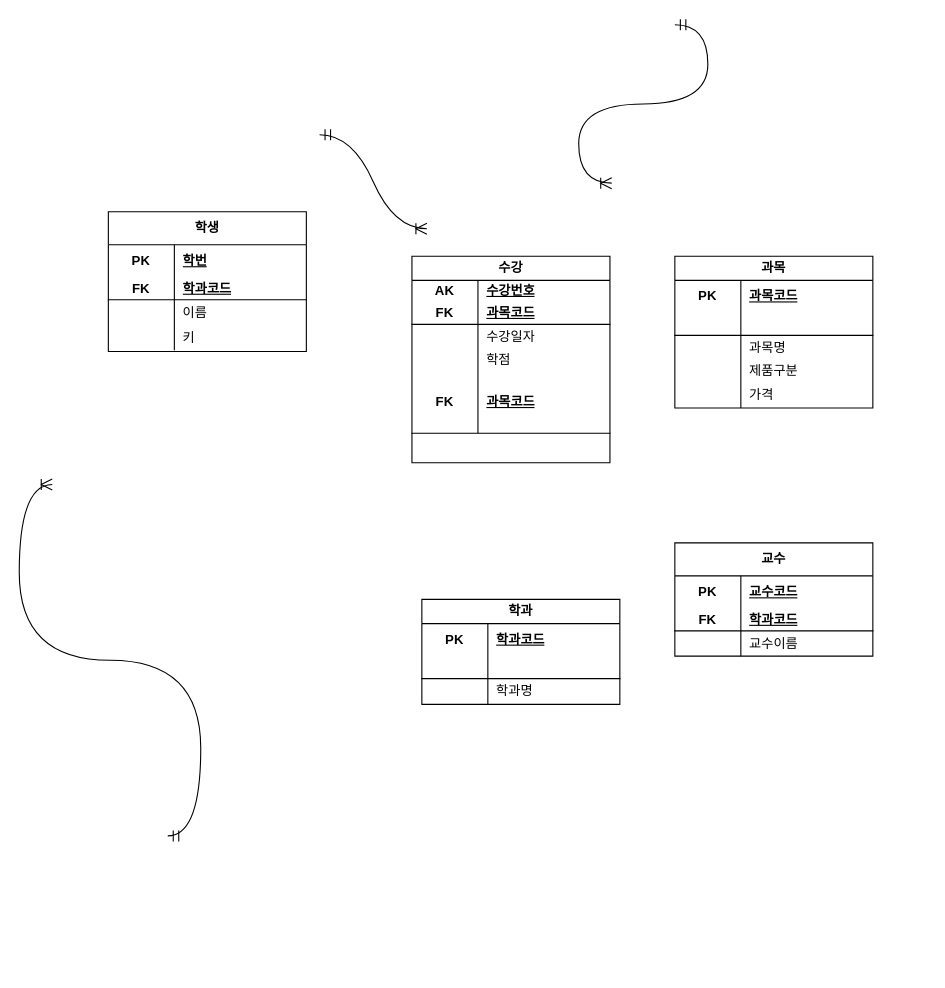
The draw.io diagram page "페이지-9" (9 of 9) of 2번째test.drawio in enesyoon/enesyoon, before the edit. Source tidied: cells renumbered, new cells numbered last; positions are measured from the earlier drawing's top-left corner, leaving out a move shared by most shapes. Both pictures are drawn from the tidied source at 110%, with x=0, y=0 at pixel (52, 24).
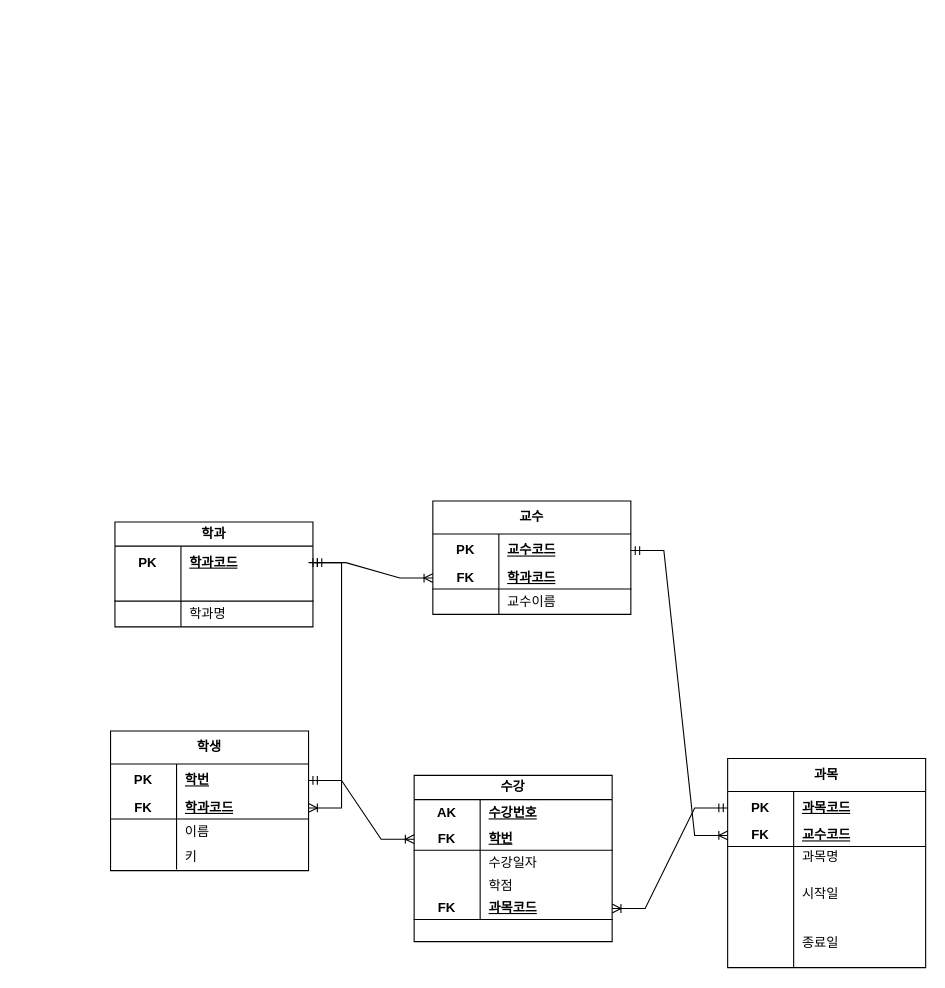
The same page after the edit.

Commit message:
5번째test.drawio 업데이트

The change refers to these unchanged cells:
```xml
<mxCell id="3" style="shape=tableRow;horizontal=0;startSize=0;swimlaneHead=0;swimlaneBody=0;fillColor=none;points=[[0,0.5],[1,0.5]];portConstraint=eastwest;top=0;left=0;right=0;bottom=0;html=1;" parent="2" vertex="1">
  <mxGeometry y="30" width="180" height="30" as="geometry" />
</mxCell>
<mxCell id="6" style="shape=tableRow;horizontal=0;startSize=0;swimlaneHead=0;swimlaneBody=0;fillColor=none;points=[[0,0.5],[1,0.5]];portConstraint=eastwest;top=0;left=0;right=0;bottom=1;html=1;" parent="2" vertex="1">
  <mxGeometry y="60" width="180" height="20" as="geometry" />
</mxCell>
<mxCell id="48" style="shape=tableRow;horizontal=0;startSize=0;swimlaneHead=0;swimlaneBody=0;fillColor=none;points=[[0,0.5],[1,0.5]];portConstraint=eastwest;top=0;left=0;right=0;bottom=0;html=1;" parent="47" vertex="1">
  <mxGeometry y="22" width="180" height="30" as="geometry" />
</mxCell>
<mxCell id="61" style="shape=tableRow;horizontal=0;startSize=0;swimlaneHead=0;swimlaneBody=0;fillColor=none;points=[[0,0.5],[1,0.5]];portConstraint=eastwest;top=0;left=0;right=0;bottom=0;html=1;" parent="60" vertex="1">
  <mxGeometry y="30" width="180" height="30" as="geometry" />
</mxCell>
<mxCell id="64" style="shape=tableRow;horizontal=0;startSize=0;swimlaneHead=0;swimlaneBody=0;fillColor=none;points=[[0,0.5],[1,0.5]];portConstraint=eastwest;top=0;left=0;right=0;bottom=1;html=1;" parent="60" vertex="1">
  <mxGeometry y="60" width="180" height="20" as="geometry" />
</mxCell>
```

Diff of the diagram source:
```diff
@@
     <mxCell id="2" value="학생" style="shape=table;startSize=30;childLayout=tableLayout;rowLines=0;fontStyle=1;align=center;html=1;whiteSpace=wrap;" parent="1" vertex="1">
-      <mxGeometry x="51" y="170" width="180" height="127" as="geometry" />
+      <mxGeometry x="53" y="642" width="180" height="127" as="geometry" />
     </mxCell>
@@
     <mxCell id="15" value="수강" style="shape=table;startSize=22;childLayout=tableLayout;rowLines=0;fontStyle=1;align=center;html=1;whiteSpace=wrap;" parent="1" vertex="1">
-      <mxGeometry x="327" y="210.4" width="180" height="187.8" as="geometry" />
+      <mxGeometry x="329" y="682.4" width="180" height="151.1" as="geometry" />
     </mxCell>
     <mxCell id="16" style="shape=tableRow;horizontal=0;startSize=0;swimlaneHead=0;swimlaneBody=0;fillColor=none;top=0;left=0;right=0;bottom=0;html=1;" parent="15" vertex="1">
-      <mxGeometry y="22" width="180" height="20" as="geometry" />
+      <mxGeometry y="22" width="180" height="26" as="geometry" />
     </mxCell>
     <mxCell id="17" value="AK" style="shape=partialRectangle;fillColor=none;top=0;left=0;bottom=0;right=0;fontStyle=1;overflow=hidden;html=1;whiteSpace=wrap;" parent="16" vertex="1">
-      <mxGeometry width="60" height="20" as="geometry" />
+      <mxGeometry width="60" height="26" as="geometry" />
     </mxCell>
     <mxCell id="18" value="수강번호" style="shape=partialRectangle;fillColor=none;top=0;left=0;bottom=0;right=0;align=left;spacingLeft=6;fontStyle=5;overflow=hidden;html=1;whiteSpace=wrap;" parent="16" vertex="1">
-      <mxGeometry x="60" width="120" height="20" as="geometry" />
+      <mxGeometry x="60" width="120" height="26" as="geometry" />
     </mxCell>
     <mxCell id="19" style="shape=tableRow;horizontal=0;startSize=0;swimlaneHead=0;swimlaneBody=0;fillColor=none;points=[[0,0.5],[1,0.5]];portConstraint=eastwest;top=0;left=0;right=0;bottom=1;html=1;" parent="15" vertex="1">
-      <mxGeometry y="42" width="180" height="20" as="geometry" />
+      <mxGeometry y="48" width="180" height="20" as="geometry" />
     </mxCell>
@@
-    <mxCell id="21" value="과목코드" style="shape=partialRectangle;fillColor=none;top=0;left=0;bottom=0;right=0;align=left;spacingLeft=6;fontStyle=5;overflow=hidden;html=1;whiteSpace=wrap;" parent="19" vertex="1">
+    <mxCell id="21" value="학번" style="shape=partialRectangle;fillColor=none;top=0;left=0;bottom=0;right=0;align=left;spacingLeft=6;fontStyle=5;overflow=hidden;html=1;whiteSpace=wrap;" parent="19" vertex="1">
       <mxGeometry x="60" width="120" height="20" as="geometry" />
     </mxCell>
     <mxCell id="22" style="shape=tableRow;horizontal=0;startSize=0;swimlaneHead=0;swimlaneBody=0;fillColor=none;top=0;left=0;right=0;bottom=0;html=1;" parent="15" vertex="1">
-      <mxGeometry y="62" width="180" height="23" as="geometry" />
+      <mxGeometry y="68" width="180" height="23" as="geometry" />
     </mxCell>
@@
     <mxCell id="25" style="shape=tableRow;horizontal=0;startSize=0;swimlaneHead=0;swimlaneBody=0;fillColor=none;top=0;left=0;right=0;bottom=0;html=1;" parent="15" vertex="1">
-      <mxGeometry y="85" width="180" height="20" as="geometry" />
+      <mxGeometry y="91" width="180" height="20" as="geometry" />
     </mxCell>
@@
     <mxCell id="28" style="shape=tableRow;horizontal=0;startSize=0;swimlaneHead=0;swimlaneBody=0;fillColor=none;points=[[0,0.5],[1,0.5]];portConstraint=eastwest;top=0;left=0;right=0;bottom=1;html=1;" parent="15" vertex="1">
-      <mxGeometry y="105" width="180" height="56" as="geometry" />
+      <mxGeometry y="111" width="180" height="20" as="geometry" />
     </mxCell>
     <mxCell id="29" value="FK" style="shape=partialRectangle;fillColor=none;top=0;left=0;bottom=0;right=0;fontStyle=1;overflow=hidden;html=1;whiteSpace=wrap;" parent="28" vertex="1">
-      <mxGeometry width="60" height="56" as="geometry" />
+      <mxGeometry width="60" height="20" as="geometry" />
     </mxCell>
     <mxCell id="30" value="과목코드" style="shape=partialRectangle;fillColor=none;top=0;left=0;bottom=0;right=0;align=left;spacingLeft=6;fontStyle=5;overflow=hidden;html=1;whiteSpace=wrap;" parent="28" vertex="1">
-      <mxGeometry x="60" width="120" height="56" as="geometry" />
+      <mxGeometry x="60" width="120" height="20" as="geometry" />
     </mxCell>
-    <mxCell id="31" value="과목" style="shape=table;startSize=22;childLayout=tableLayout;rowLines=0;fontStyle=1;align=center;html=1;whiteSpace=wrap;" parent="1" vertex="1">
-      <mxGeometry x="566" y="210.4" width="180" height="138" as="geometry" />
-    </mxCell>
-    <mxCell id="32" style="shape=tableRow;horizontal=0;startSize=0;swimlaneHead=0;swimlaneBody=0;fillColor=none;top=0;left=0;right=0;bottom=0;html=1;" parent="31" vertex="1">
-      <mxGeometry y="22" width="180" height="30" as="geometry" />
-    </mxCell>
-    <mxCell id="33" value="PK" style="shape=partialRectangle;fillColor=none;top=0;left=0;bottom=0;right=0;fontStyle=1;overflow=hidden;html=1;whiteSpace=wrap;" parent="32" vertex="1">
-      <mxGeometry width="60" height="30" as="geometry" />
-    </mxCell>
-    <mxCell id="34" value="과목코드" style="shape=partialRectangle;fillColor=none;top=0;left=0;bottom=0;right=0;align=left;spacingLeft=6;fontStyle=5;overflow=hidden;html=1;whiteSpace=wrap;" parent="32" vertex="1">
-      <mxGeometry x="60" width="120" height="30" as="geometry" />
-    </mxCell>
-    <mxCell id="35" style="shape=tableRow;horizontal=0;startSize=0;swimlaneHead=0;swimlaneBody=0;fillColor=none;top=0;left=0;right=0;bottom=1;html=1;" parent="31" vertex="1">
-      <mxGeometry y="52" width="180" height="20" as="geometry" />
-    </mxCell>
-    <mxCell id="36" style="shape=partialRectangle;fillColor=none;top=0;left=0;bottom=0;right=0;fontStyle=1;overflow=hidden;html=1;whiteSpace=wrap;" parent="35" vertex="1">
-      <mxGeometry width="60" height="20" as="geometry" />
-    </mxCell>
-    <mxCell id="37" style="shape=partialRectangle;fillColor=none;top=0;left=0;bottom=0;right=0;align=left;spacingLeft=6;fontStyle=5;overflow=hidden;html=1;whiteSpace=wrap;" parent="35" vertex="1">
-      <mxGeometry x="60" width="120" height="20" as="geometry" />
-    </mxCell>
-    <mxCell id="38" style="shape=tableRow;horizontal=0;startSize=0;swimlaneHead=0;swimlaneBody=0;fillColor=none;top=0;left=0;right=0;bottom=0;html=1;" parent="31" vertex="1">
-      <mxGeometry y="72" width="180" height="23" as="geometry" />
-    </mxCell>
-    <mxCell id="39" style="shape=partialRectangle;fillColor=none;top=0;left=0;bottom=0;right=0;overflow=hidden;html=1;whiteSpace=wrap;" parent="38" vertex="1">
-      <mxGeometry width="60" height="23" as="geometry" />
-    </mxCell>
-    <mxCell id="40" value="과목명" style="shape=partialRectangle;fillColor=none;top=0;left=0;bottom=0;right=0;align=left;spacingLeft=6;overflow=hidden;html=1;whiteSpace=wrap;" parent="38" vertex="1">
-      <mxGeometry x="60" width="120" height="23" as="geometry" />
-    </mxCell>
-    <mxCell id="41" style="shape=tableRow;horizontal=0;startSize=0;swimlaneHead=0;swimlaneBody=0;fillColor=none;top=0;left=0;right=0;bottom=0;html=1;" parent="31" vertex="1">
-      <mxGeometry y="95" width="180" height="20" as="geometry" />
-    </mxCell>
-    <mxCell id="42" style="shape=partialRectangle;fillColor=none;top=0;left=0;bottom=0;right=0;overflow=hidden;html=1;whiteSpace=wrap;" parent="41" vertex="1">
-      <mxGeometry width="60" height="20" as="geometry" />
-    </mxCell>
-    <mxCell id="43" value="제품구분" style="shape=partialRectangle;fillColor=none;top=0;left=0;bottom=0;right=0;align=left;spacingLeft=6;overflow=hidden;html=1;whiteSpace=wrap;" parent="41" vertex="1">
-      <mxGeometry x="60" width="120" height="20" as="geometry" />
-    </mxCell>
-    <mxCell id="44" style="shape=tableRow;horizontal=0;startSize=0;swimlaneHead=0;swimlaneBody=0;fillColor=none;top=0;left=0;right=0;bottom=0;html=1;" parent="31" vertex="1">
-      <mxGeometry y="115" width="180" height="23" as="geometry" />
-    </mxCell>
-    <mxCell id="45" style="shape=partialRectangle;fillColor=none;top=0;left=0;bottom=0;right=0;overflow=hidden;html=1;whiteSpace=wrap;" parent="44" vertex="1">
-      <mxGeometry width="60" height="23" as="geometry" />
-    </mxCell>
-    <mxCell id="46" value="가격" style="shape=partialRectangle;fillColor=none;top=0;left=0;bottom=0;right=0;align=left;spacingLeft=6;overflow=hidden;html=1;whiteSpace=wrap;" parent="44" vertex="1">
-      <mxGeometry x="60" width="120" height="23" as="geometry" />
-    </mxCell>
     <mxCell id="47" value="학과" style="shape=table;startSize=22;childLayout=tableLayout;rowLines=0;fontStyle=1;align=center;html=1;whiteSpace=wrap;" parent="1" vertex="1">
-      <mxGeometry x="336" y="522.4" width="180" height="95.4" as="geometry" />
+      <mxGeometry x="57" y="452" width="180" height="95.4" as="geometry" />
     </mxCell>
@@
-    <mxCell id="57" style="edgeStyle=entityRelationEdgeStyle;fontSize=12;html=1;endArrow=ERoneToMany;startArrow=ERmandOne;rounded=0;startSize=8;endSize=8;curved=1;" parent="1" edge="1">
-      <mxGeometry relative="1" as="geometry">
-        <mxPoint x="105" y="737.4" as="sourcePoint" />
-        <mxPoint y="418" as="targetPoint" />
-      </mxGeometry>
-    </mxCell>
-    <mxCell id="58" style="edgeStyle=entityRelationEdgeStyle;fontSize=12;html=1;endArrow=ERoneToMany;startArrow=ERmandOne;rounded=0;startSize=8;endSize=8;curved=1;entryX=0.009;entryY=0.611;entryDx=0;entryDy=0;entryPerimeter=0;" parent="1" edge="1">
-      <mxGeometry relative="1" as="geometry">
-        <mxPoint x="243" y="100" as="sourcePoint" />
-        <mxPoint x="340.6" y="185.4" as="targetPoint" />
-      </mxGeometry>
-    </mxCell>
-    <mxCell id="59" style="edgeStyle=entityRelationEdgeStyle;fontSize=12;html=1;endArrow=ERoneToMany;startArrow=ERmandOne;rounded=0;startSize=8;endSize=8;curved=1;exitX=-0.009;exitY=0.767;exitDx=0;exitDy=0;exitPerimeter=0;" parent="1" edge="1">
-      <mxGeometry relative="1" as="geometry">
-        <mxPoint x="566" as="sourcePoint" />
-        <mxPoint x="508.6" y="144" as="targetPoint" />
-        <Array as="points">
-          <mxPoint x="769.6" y="397" />
-        </Array>
-      </mxGeometry>
-    </mxCell>
     <mxCell id="60" value="교수" style="shape=table;startSize=30;childLayout=tableLayout;rowLines=0;fontStyle=1;align=center;html=1;whiteSpace=wrap;" parent="1" vertex="1">
-      <mxGeometry x="566" y="471" width="180" height="103" as="geometry" />
+      <mxGeometry x="346" y="433" width="180" height="103" as="geometry" />
     </mxCell>
@@
+    <mxCell id="31" value="과목" style="shape=table;startSize=30;childLayout=tableLayout;rowLines=0;fontStyle=1;align=center;html=1;whiteSpace=wrap;" parent="1" vertex="1">
+      <mxGeometry x="614" y="667" width="180" height="190.2" as="geometry" />
+    </mxCell>
+    <mxCell id="70" style="shape=tableRow;horizontal=0;startSize=0;swimlaneHead=0;swimlaneBody=0;fillColor=none;points=[[0,0.5],[1,0.5]];portConstraint=eastwest;top=0;left=0;right=0;bottom=0;html=1;" parent="31" vertex="1">
+      <mxGeometry y="30" width="180" height="30" as="geometry" />
+    </mxCell>
+    <mxCell id="33" value="PK" style="shape=partialRectangle;fillColor=none;top=0;left=0;bottom=0;right=0;fontStyle=1;overflow=hidden;html=1;whiteSpace=wrap;" parent="70" vertex="1">
+      <mxGeometry width="60" height="30" as="geometry" />
+    </mxCell>
+    <mxCell id="34" value="과목코드" style="shape=partialRectangle;fillColor=none;top=0;left=0;bottom=0;right=0;align=left;spacingLeft=6;fontStyle=5;overflow=hidden;html=1;whiteSpace=wrap;" parent="70" vertex="1">
+      <mxGeometry x="60" width="120" height="30" as="geometry" />
+    </mxCell>
+    <mxCell id="71" style="shape=tableRow;horizontal=0;startSize=0;swimlaneHead=0;swimlaneBody=0;fillColor=none;points=[[0,0.5],[1,0.5]];portConstraint=eastwest;top=0;left=0;right=0;bottom=1;html=1;" parent="31" vertex="1">
+      <mxGeometry y="60" width="180" height="20" as="geometry" />
+    </mxCell>
+    <mxCell id="72" value="FK" style="shape=partialRectangle;fillColor=none;top=0;left=0;bottom=0;right=0;fontStyle=1;overflow=hidden;html=1;whiteSpace=wrap;" parent="71" vertex="1">
+      <mxGeometry width="60" height="20" as="geometry" />
+    </mxCell>
+    <mxCell id="73" value="교수코드" style="shape=partialRectangle;fillColor=none;top=0;left=0;bottom=0;right=0;align=left;spacingLeft=6;fontStyle=5;overflow=hidden;html=1;whiteSpace=wrap;" parent="71" vertex="1">
+      <mxGeometry x="60" width="120" height="20" as="geometry" />
+    </mxCell>
+    <mxCell id="74" style="shape=tableRow;horizontal=0;startSize=0;swimlaneHead=0;swimlaneBody=0;fillColor=none;top=0;left=0;right=0;bottom=0;html=1;" parent="31" vertex="1">
+      <mxGeometry y="80" width="180" height="20" as="geometry" />
+    </mxCell>
+    <mxCell id="42" style="shape=partialRectangle;fillColor=none;top=0;left=0;bottom=0;right=0;overflow=hidden;html=1;whiteSpace=wrap;" parent="74" vertex="1">
+      <mxGeometry width="60" height="20" as="geometry" />
+    </mxCell>
+    <mxCell id="40" value="과목명" style="shape=partialRectangle;fillColor=none;top=0;left=0;bottom=0;right=0;align=left;spacingLeft=6;overflow=hidden;html=1;whiteSpace=wrap;" parent="74" vertex="1">
+      <mxGeometry x="60" width="120" height="20" as="geometry" />
+    </mxCell>
+    <mxCell id="75" style="shape=tableRow;horizontal=0;startSize=0;swimlaneHead=0;swimlaneBody=0;fillColor=none;top=0;left=0;right=0;bottom=0;html=1;" parent="31" vertex="1">
+      <mxGeometry y="100" width="180" height="45" as="geometry" />
+    </mxCell>
+    <mxCell id="76" style="shape=partialRectangle;fillColor=none;top=0;left=0;bottom=0;right=0;overflow=hidden;html=1;whiteSpace=wrap;" parent="75" vertex="1">
+      <mxGeometry width="60" height="45" as="geometry" />
+    </mxCell>
+    <mxCell id="77" value="시작일" style="shape=partialRectangle;fillColor=none;top=0;left=0;bottom=0;right=0;align=left;spacingLeft=6;overflow=hidden;html=1;whiteSpace=wrap;" parent="75" vertex="1">
+      <mxGeometry x="60" width="120" height="45" as="geometry" />
+    </mxCell>
+    <mxCell id="78" style="shape=tableRow;horizontal=0;startSize=0;swimlaneHead=0;swimlaneBody=0;fillColor=none;top=0;left=0;right=0;bottom=0;html=1;" parent="31" vertex="1">
+      <mxGeometry y="145" width="180" height="45" as="geometry" />
+    </mxCell>
+    <mxCell id="79" style="shape=partialRectangle;fillColor=none;top=0;left=0;bottom=0;right=0;overflow=hidden;html=1;whiteSpace=wrap;" parent="78" vertex="1">
+      <mxGeometry width="60" height="45" as="geometry" />
+    </mxCell>
+    <mxCell id="80" value="종료일" style="shape=partialRectangle;fillColor=none;top=0;left=0;bottom=0;right=0;align=left;spacingLeft=6;overflow=hidden;html=1;whiteSpace=wrap;" parent="78" vertex="1">
+      <mxGeometry x="60" width="120" height="45" as="geometry" />
+    </mxCell>
+    <mxCell id="81" style="shape=tableRow;horizontal=0;startSize=0;swimlaneHead=0;swimlaneBody=0;fillColor=none;top=0;left=0;right=0;bottom=0;html=1;" parent="1" vertex="1">
+      <mxGeometry x="611" y="775" width="180" height="23" as="geometry" />
+    </mxCell>
+    <mxCell id="82" style="edgeStyle=entityRelationEdgeStyle;fontSize=12;html=1;endArrow=ERoneToMany;startArrow=ERmandOne;rounded=0;exitX=1;exitY=0.5;exitDx=0;exitDy=0;entryX=0;entryY=0.5;entryDx=0;entryDy=0;" parent="1" edge="1" source="48" target="64">
+      <mxGeometry relative="1" as="geometry" />
+    </mxCell>
+    <mxCell id="83" style="edgeStyle=entityRelationEdgeStyle;fontSize=12;html=1;endArrow=ERoneToMany;startArrow=ERmandOne;rounded=0;entryX=1;entryY=0.5;entryDx=0;entryDy=0;" parent="1" edge="1" target="6">
+      <mxGeometry relative="1" as="geometry">
+        <mxPoint x="233" y="489" as="sourcePoint" />
+        <Array as="points">
+          <mxPoint x="1" y="538" />
+          <mxPoint x="-14" y="525" />
+          <mxPoint x="-25" y="559" />
+          <mxPoint x="-53" y="626" />
+        </Array>
+      </mxGeometry>
+    </mxCell>
+    <mxCell id="84" style="edgeStyle=entityRelationEdgeStyle;fontSize=12;html=1;endArrow=ERoneToMany;startArrow=ERmandOne;rounded=0;entryX=0;entryY=0.5;entryDx=0;entryDy=0;exitX=1;exitY=0.5;exitDx=0;exitDy=0;" parent="1" edge="1" source="61" target="71">
+      <mxGeometry relative="1" as="geometry">
+        <Array as="points">
+          <mxPoint x="315" y="685" />
+          <mxPoint x="300" y="672" />
+          <mxPoint x="289" y="706" />
+          <mxPoint x="261" y="773" />
+        </Array>
+      </mxGeometry>
+    </mxCell>
+    <mxCell id="85" style="edgeStyle=entityRelationEdgeStyle;fontSize=12;html=1;endArrow=ERoneToMany;startArrow=ERmandOne;rounded=0;entryX=1;entryY=0.5;entryDx=0;entryDy=0;exitX=0;exitY=0.5;exitDx=0;exitDy=0;" parent="1" edge="1" source="70" target="28">
+      <mxGeometry relative="1" as="geometry">
+        <Array as="points">
+          <mxPoint x="600" y="804" />
+          <mxPoint x="585" y="791" />
+          <mxPoint x="574" y="825" />
+          <mxPoint x="546" y="892" />
+        </Array>
+      </mxGeometry>
+    </mxCell>
+    <mxCell id="86" style="edgeStyle=entityRelationEdgeStyle;fontSize=12;html=1;endArrow=ERoneToMany;startArrow=ERmandOne;rounded=0;entryX=0;entryY=0.5;entryDx=0;entryDy=0;exitX=1;exitY=0.5;exitDx=0;exitDy=0;" parent="1" edge="1" source="3" target="19">
+      <mxGeometry relative="1" as="geometry">
+        <Array as="points">
+          <mxPoint x="314" y="696" />
+          <mxPoint x="299" y="683" />
+          <mxPoint x="288" y="717" />
+          <mxPoint x="260" y="784" />
+        </Array>
+      </mxGeometry>
+    </mxCell>
```
